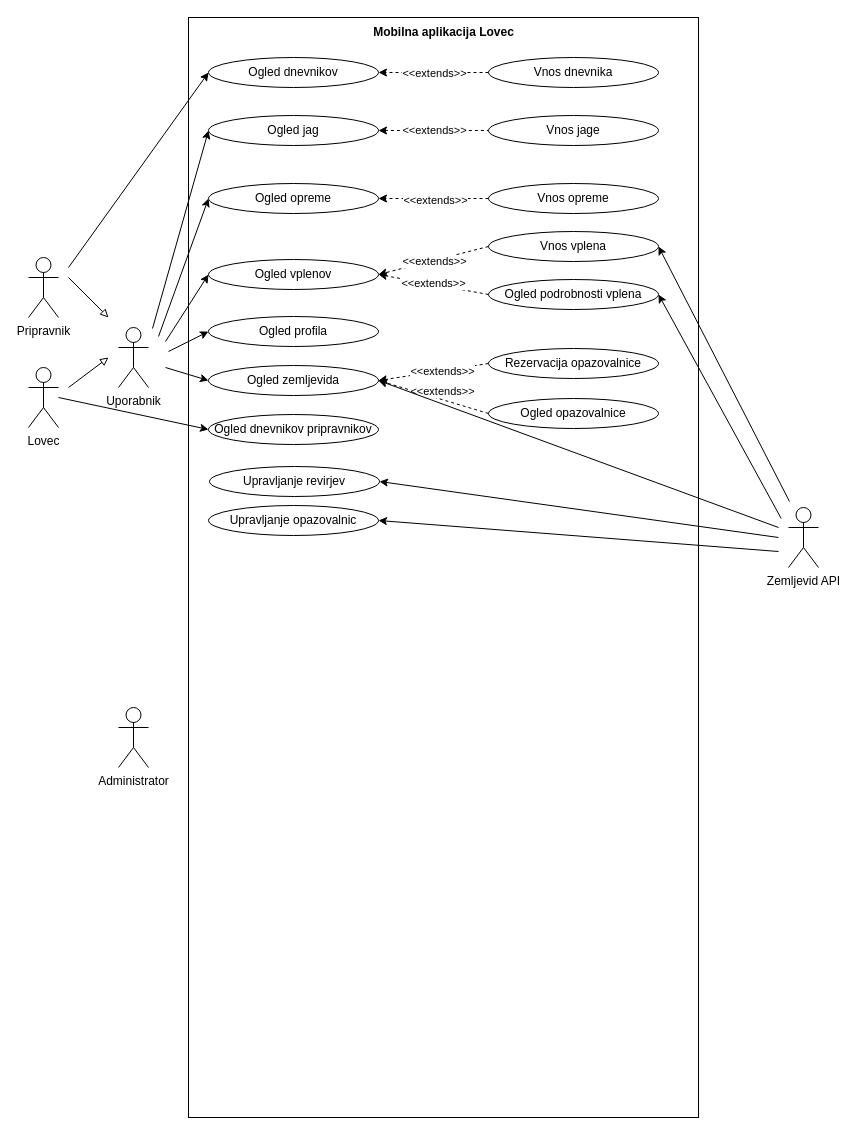
janmerhar/lovec keeps this draw.io diagram as docs/uml/dpu.drawio. Above is the earlier version. Source tidied: cells renumbered, new cells numbered last; positions are measured from the earlier drawing's top-left corner, leaving out a move shared by most shapes. Both pictures are drawn from the tidied source at 100%, with x=0, y=0 at pixel (28, 17).
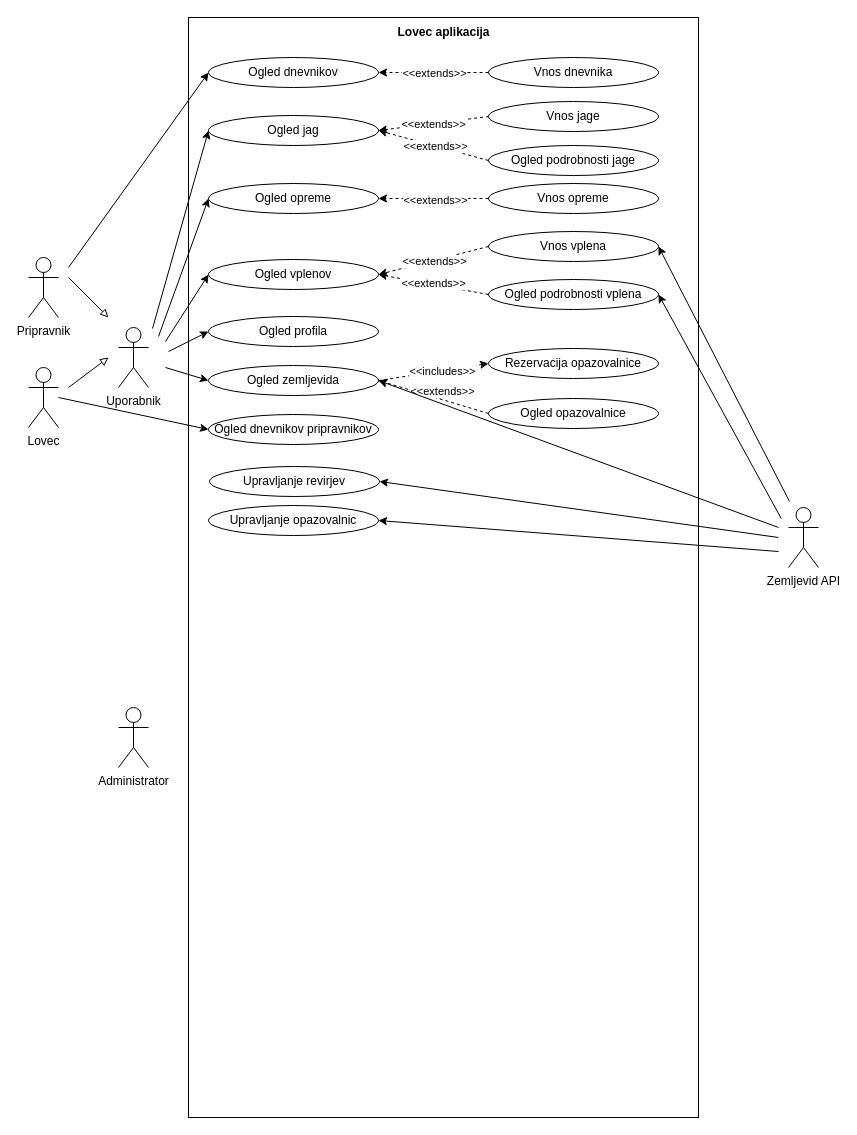
The same page after the edit.

The change refers to these unchanged cells:
```xml
<mxCell id="9" style="group;" parent="1" vertex="1">
  <mxGeometry x="160" width="510" height="1100" as="geometry" />
</mxCell>
<mxCell id="16" value="Ogled zemljevida" style="ellipse;whiteSpace=wrap;html=1;" parent="9" vertex="1">
  <mxGeometry x="20" y="348" width="170" height="30" as="geometry" />
</mxCell>
<mxCell id="20" value="Ogled jag" style="ellipse;whiteSpace=wrap;html=1;" parent="9" vertex="1">
  <mxGeometry x="20" y="98" width="170" height="30" as="geometry" />
</mxCell>
<mxCell id="37" value="Rezervacija opazovalnice" style="ellipse;whiteSpace=wrap;html=1;" parent="9" vertex="1">
  <mxGeometry x="300" y="331" width="170" height="30" as="geometry" />
</mxCell>
```

Change to the diagram source:
```diff
@@
-    <mxCell id="11" value="&lt;b&gt;Mobilna aplikacija Lovec&lt;/b&gt;" style="text;html=1;strokeColor=none;fillColor=none;align=center;verticalAlign=middle;whiteSpace=wrap;rounded=0;" parent="9" vertex="1">
+    <mxCell id="11" value="&lt;b&gt;Lovec aplikacija&lt;/b&gt;" style="text;html=1;strokeColor=none;fillColor=none;align=center;verticalAlign=middle;whiteSpace=wrap;rounded=0;" parent="9" vertex="1">
       <mxGeometry x="177.5" width="155" height="30" as="geometry" />
     </mxCell>
@@
     <mxCell id="21" value="Vnos jage" style="ellipse;whiteSpace=wrap;html=1;" parent="9" vertex="1">
-      <mxGeometry x="300" y="98" width="170" height="30" as="geometry" />
+      <mxGeometry x="300" y="84" width="170" height="30" as="geometry" />
     </mxCell>
@@
-    <mxCell id="35" style="edgeStyle=none;html=1;exitX=0;exitY=0.5;exitDx=0;exitDy=0;entryX=1;entryY=0.5;entryDx=0;entryDy=0;dashed=1;strokeWidth=1;fontFamily=Helvetica;fontSize=12;fontColor=rgb(0, 0, 0);startArrow=none;startFill=0;endArrow=classic;endFill=1;" parent="9" edge="1" source="37" target="16">
+    <mxCell id="35" style="edgeStyle=none;html=1;exitX=0;exitY=0.5;exitDx=0;exitDy=0;entryX=1;entryY=0.5;entryDx=0;entryDy=0;dashed=1;strokeWidth=1;fontFamily=Helvetica;fontSize=12;fontColor=rgb(0, 0, 0);startArrow=classic;startFill=1;endArrow=none;endFill=0;" parent="9" edge="1" source="37" target="16">
       <mxGeometry relative="1" as="geometry" />
     </mxCell>
-    <mxCell id="36" value="&lt;font style=&quot;font-size: 11px;&quot;&gt;&amp;lt;&amp;lt;extends&amp;gt;&amp;gt;&lt;/font&gt;" style="edgeLabel;html=1;align=center;verticalAlign=middle;fontSize=12;fontFamily=Helvetica;fontColor=rgb(0, 0, 0);" parent="35" vertex="1">
+    <mxCell id="36" value="&lt;font style=&quot;font-size: 11px;&quot;&gt;&amp;lt;&amp;lt;includes&amp;gt;&amp;gt;&lt;/font&gt;" style="edgeLabel;html=1;align=center;verticalAlign=middle;fontSize=12;fontFamily=Helvetica;fontColor=rgb(0, 0, 0);" parent="35" vertex="1">
       <mxGeometry x="-0.16" relative="1" as="geometry" />
     </mxCell>
@@
+    <mxCell id="56" style="edgeStyle=none;html=1;exitX=0;exitY=0.5;exitDx=0;exitDy=0;entryX=1;entryY=0.5;entryDx=0;entryDy=0;strokeWidth=1;fontFamily=Helvetica;fontSize=11;fontColor=rgb(0, 0, 0);startArrow=none;startFill=0;endArrow=classic;endFill=1;dashed=1;" parent="9" edge="1" source="58" target="20">
+      <mxGeometry relative="1" as="geometry" />
+    </mxCell>
+    <mxCell id="57" value="&amp;lt;&amp;lt;extends&amp;gt;&amp;gt;" style="edgeLabel;html=1;align=center;verticalAlign=middle;fontSize=11;fontFamily=Helvetica;fontColor=rgb(0, 0, 0);" parent="56" vertex="1">
+      <mxGeometry x="-0.12" y="1" relative="1" as="geometry">
+        <mxPoint x="-5" y="-2" as="offset" />
+      </mxGeometry>
+    </mxCell>
+    <mxCell id="58" value="Ogled podrobnosti jage" style="ellipse;whiteSpace=wrap;html=1;" parent="9" vertex="1">
+      <mxGeometry x="300" y="128" width="170" height="30" as="geometry" />
+    </mxCell>
```
